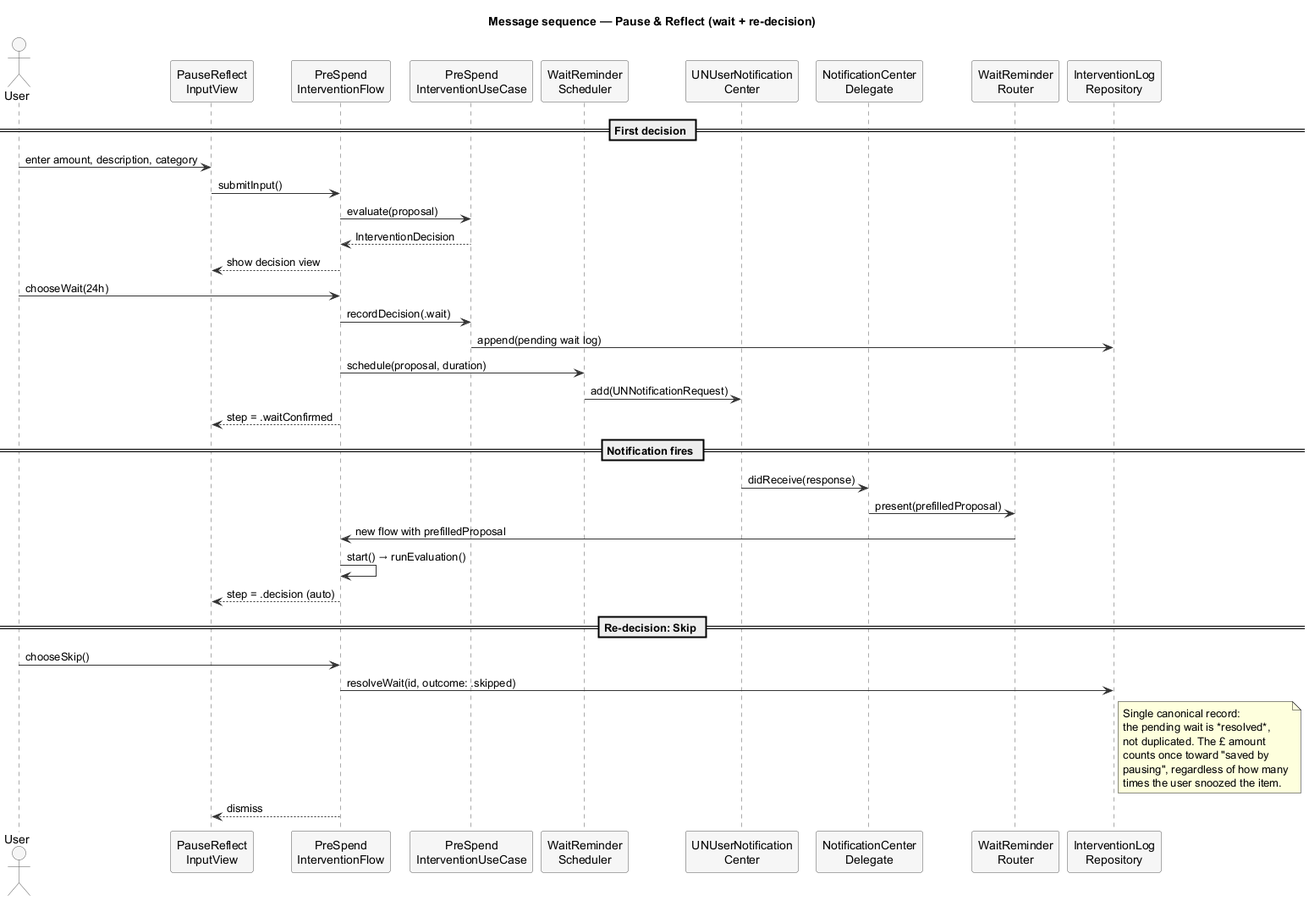
The PlantUML diagram portfolio_diagrams/Sequence_PauseReflect_WaitRedecision.png in beckz001/Bujet, before a commit. Source of this version:
```plantuml
@startuml Sequence_PauseReflect_WaitRedecision
title Message sequence — Pause & Reflect (wait + re-decision)

skinparam shadowing false
skinparam sequence {
  ArrowColor #333333
  LifeLineBorderColor #555555
  ParticipantBorderColor #555555
  ParticipantBackgroundColor #F6F6F6
  ActorBorderColor #555555
  ActorBackgroundColor #F6F6F6
}

actor User
participant "PauseReflect\nInputView"          as Input
participant "PreSpend\nInterventionFlow"       as Flow
participant "PreSpend\nInterventionUseCase"    as UseCase
participant "WaitReminder\nScheduler"          as Sched
participant "UNUserNotification\nCenter"       as UN
participant "NotificationCenter\nDelegate"     as Del
participant "WaitReminder\nRouter"             as Router
participant "InterventionLog\nRepository"      as LogRepo

== First decision ==
User -> Input : enter amount, description, category
Input -> Flow : submitInput()
Flow  -> UseCase : evaluate(proposal)
UseCase --> Flow : InterventionDecision
Flow  --> Input  : show decision view

User -> Flow : chooseWait(24h)
Flow -> UseCase : recordDecision(.wait)
UseCase -> LogRepo : append(pending wait log)
Flow -> Sched : schedule(proposal, duration)
Sched -> UN   : add(UNNotificationRequest)
Flow --> Input : step = .waitConfirmed

== Notification fires ==
UN  -> Del    : didReceive(response)
Del -> Router : present(prefilledProposal)
Router -> Flow : new flow with prefilledProposal
Flow -> Flow  : start() → runEvaluation()
Flow --> Input : step = .decision (auto)

== Re-decision: Skip ==
User -> Flow : chooseSkip()
Flow -> LogRepo : resolveWait(id, outcome: .skipped)
note right of LogRepo
  Single canonical record:
  the pending wait is *resolved*,
  not duplicated. The £ amount
  counts once toward "saved by
  pausing", regardless of how many
  times the user snoozed the item.
end note
Flow --> Input : dismiss

@enduml
```
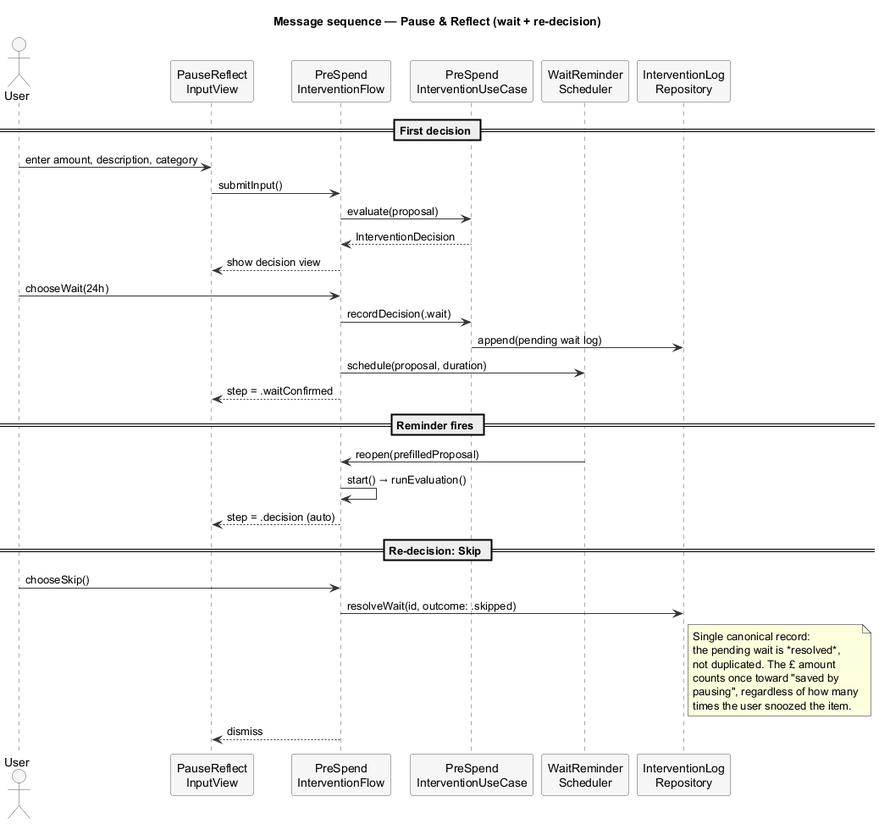
The same file after the commit.

Change to the diagram source:
```diff
@@ -16,9 +16,6 @@
 participant "PreSpend\nInterventionFlow"       as Flow
 participant "PreSpend\nInterventionUseCase"    as UseCase
 participant "WaitReminder\nScheduler"          as Sched
-participant "UNUserNotification\nCenter"       as UN
-participant "NotificationCenter\nDelegate"     as Del
-participant "WaitReminder\nRouter"             as Router
 participant "InterventionLog\nRepository"      as LogRepo
 
 == First decision ==
@@ -32,13 +29,10 @@
 Flow -> UseCase : recordDecision(.wait)
 UseCase -> LogRepo : append(pending wait log)
 Flow -> Sched : schedule(proposal, duration)
-Sched -> UN   : add(UNNotificationRequest)
 Flow --> Input : step = .waitConfirmed
 
-== Notification fires ==
-UN  -> Del    : didReceive(response)
-Del -> Router : present(prefilledProposal)
-Router -> Flow : new flow with prefilledProposal
+== Reminder fires ==
+Sched -> Flow : reopen(prefilledProposal)
 Flow -> Flow  : start() → runEvaluation()
 Flow --> Input : step = .decision (auto)
 
```
